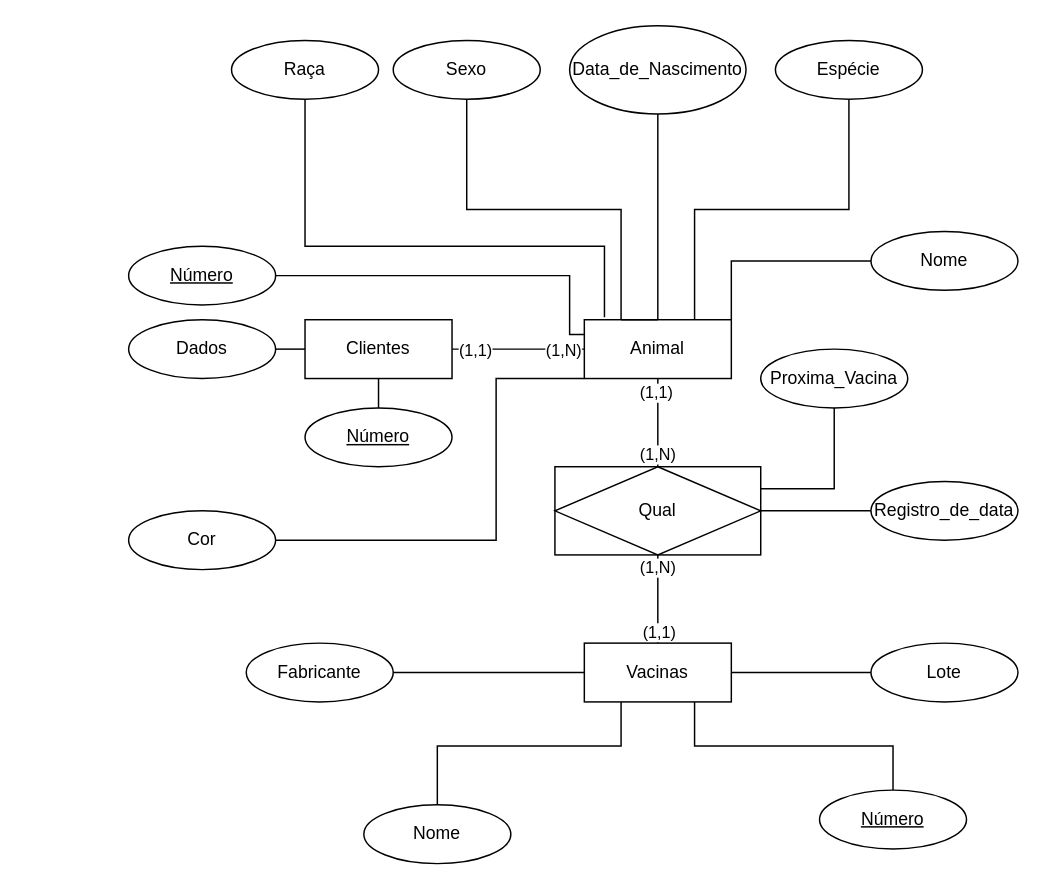
This is Diagramas/Diagrama 07.drawio from bruniculos08/BAN1002, a draw.io file, before an edit. Source tidied: cells renumbered, new cells numbered last; positions are measured from the earlier drawing's top-left corner, leaving out a move shared by most shapes. Both pictures are drawn from the tidied source at 147%, with x=0, y=0 at pixel (128, 25).
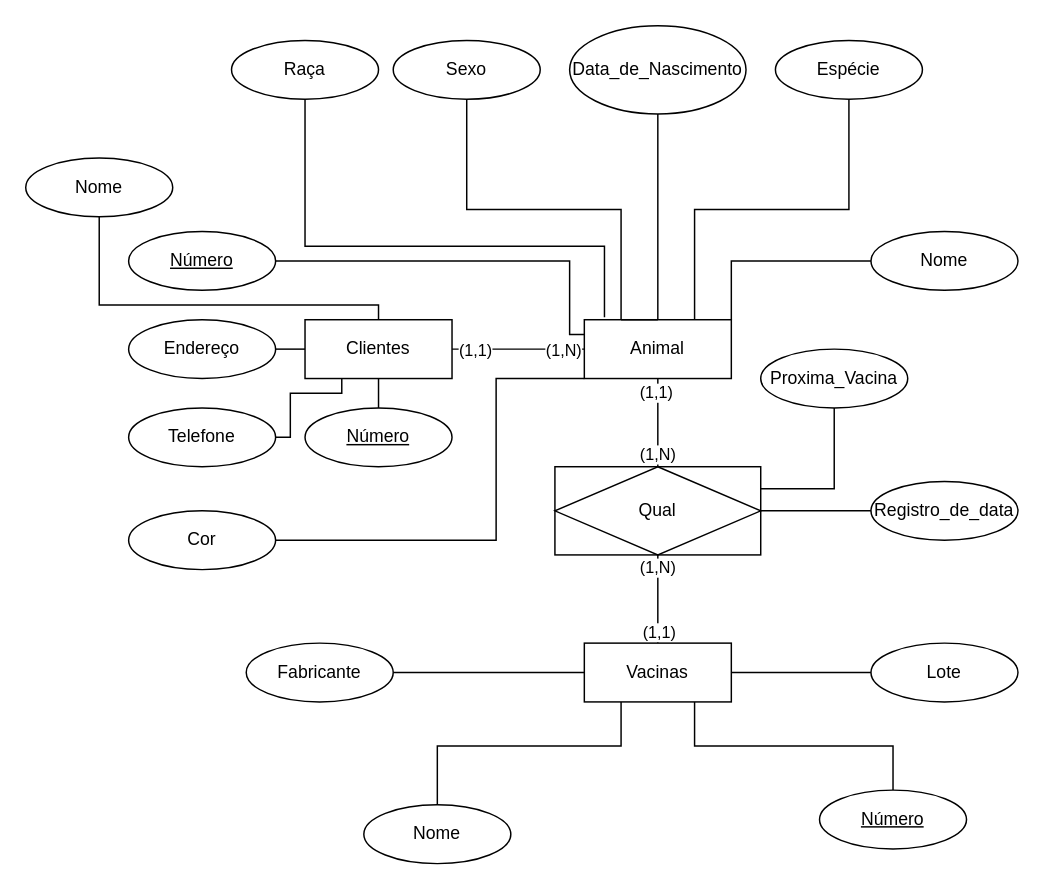
The same diagram, later.

The change refers to these unchanged cells:
```xml
<mxCell id="5" value="Animal" style="whiteSpace=wrap;html=1;align=center;" parent="1" vertex="1">
  <mxGeometry x="310" y="200" width="100" height="40" as="geometry" />
</mxCell>
<mxCell id="22" value="Clientes" style="whiteSpace=wrap;html=1;align=center;" parent="1" vertex="1">
  <mxGeometry x="120" y="200" width="100" height="40" as="geometry" />
</mxCell>
```

Change to the diagram source:
```diff
@@
     <mxCell id="4" style="edgeStyle=orthogonalEdgeStyle;rounded=0;jettySize=auto;html=1;exitX=0;exitY=0.25;exitDx=0;exitDy=0;entryX=1;entryY=0.5;entryDx=0;entryDy=0;endArrow=none;endFill=0;" parent="1" edge="1" source="5" target="34">
       <mxGeometry relative="1" as="geometry">
         <Array as="points">
           <mxPoint x="300" y="210" />
-          <mxPoint x="300" y="170" />
+          <mxPoint x="300" y="160" />
         </Array>
       </mxGeometry>
     </mxCell>
@@
+    <mxCell id="46" style="edgeStyle=orthogonalEdgeStyle;rounded=0;jettySize=auto;html=1;exitX=0.25;exitY=1;exitDx=0;exitDy=0;entryX=1;entryY=0.5;entryDx=0;entryDy=0;endArrow=none;endFill=0;" parent="1" edge="1" source="22" target="49">
+      <mxGeometry relative="1" as="geometry">
+        <Array as="points">
+          <mxPoint x="145" y="250" />
+          <mxPoint x="110" y="250" />
+          <mxPoint x="110" y="280" />
+        </Array>
+      </mxGeometry>
+    </mxCell>
+    <mxCell id="47" style="edgeStyle=orthogonalEdgeStyle;rounded=0;jettySize=auto;html=1;exitX=0.5;exitY=0;exitDx=0;exitDy=0;entryX=0.5;entryY=1;entryDx=0;entryDy=0;endArrow=none;endFill=0;" parent="1" edge="1" source="22" target="48">
+      <mxGeometry relative="1" as="geometry">
+        <Array as="points">
+          <mxPoint x="170" y="190" />
+          <mxPoint x="-20" y="190" />
+        </Array>
+      </mxGeometry>
+    </mxCell>
@@
     <mxCell id="34" value="&lt;u&gt;Número&lt;/u&gt;" style="ellipse;whiteSpace=wrap;html=1;align=center;" parent="1" vertex="1">
-      <mxGeometry y="150" width="100" height="40" as="geometry" />
+      <mxGeometry y="140" width="100" height="40" as="geometry" />
     </mxCell>
@@
-    <mxCell id="39" value="Dados" style="ellipse;whiteSpace=wrap;html=1;align=center;" parent="1" vertex="1">
+    <mxCell id="39" value="Endereço" style="ellipse;whiteSpace=wrap;html=1;align=center;" parent="1" vertex="1">
       <mxGeometry y="200" width="100" height="40" as="geometry" />
     </mxCell>
@@
+    <mxCell id="48" value="Nome" style="ellipse;whiteSpace=wrap;html=1;align=center;" parent="1" vertex="1">
+      <mxGeometry x="-70" y="90" width="100" height="40" as="geometry" />
+    </mxCell>
+    <mxCell id="49" value="Telefone" style="ellipse;whiteSpace=wrap;html=1;align=center;" parent="1" vertex="1">
+      <mxGeometry y="260" width="100" height="40" as="geometry" />
+    </mxCell>
```
